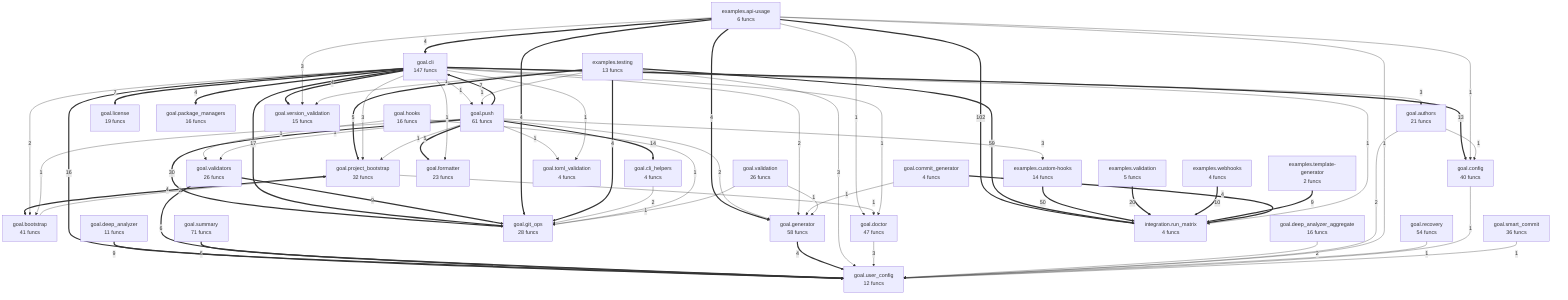
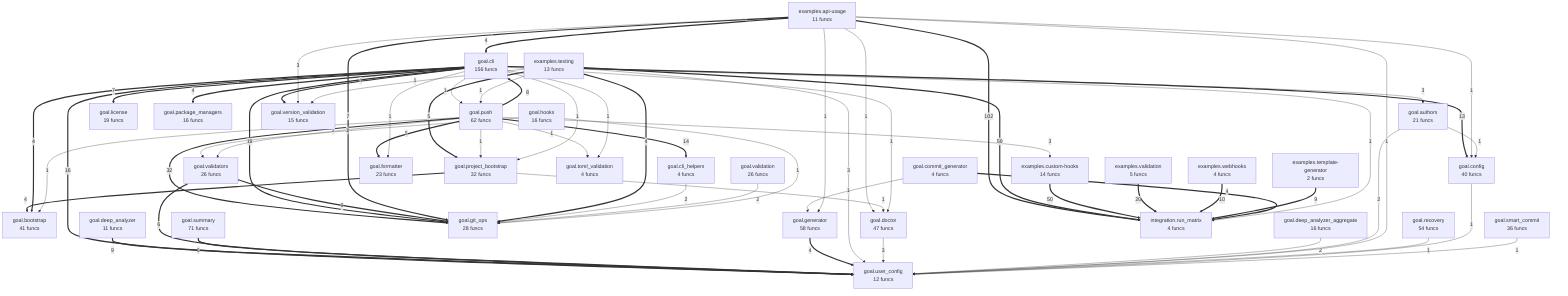
flowchart TD
- %% generated in 0.02s
-     examples__api_usage["examples.api-usage<br/>6 funcs"]
+ %% generated in 0.04s
+     examples__api_usage["examples.api-usage<br/>11 funcs"]
    examples__custom_hooks["examples.custom-hooks<br/>14 funcs"]
    examples__template_generator["examples.template-generator<br/>2 funcs"]
    examples__testing["examples.testing<br/>13 funcs"]
    examples__validation["examples.validation<br/>5 funcs"]
    examples__webhooks["examples.webhooks<br/>4 funcs"]
    goal__authors["goal.authors<br/>21 funcs"]
    goal__bootstrap["goal.bootstrap<br/>41 funcs"]
-     goal__cli["goal.cli<br/>147 funcs"]
+     goal__cli["goal.cli<br/>156 funcs"]
    goal__cli_helpers["goal.cli_helpers<br/>4 funcs"]
    goal__commit_generator["goal.commit_generator<br/>4 funcs"]
    goal__config["goal.config<br/>40 funcs"]
    goal__deep_analyzer["goal.deep_analyzer<br/>11 funcs"]
    goal__deep_analyzer_aggregate["goal.deep_analyzer_aggregate<br/>16 funcs"]
    goal__doctor["goal.doctor<br/>47 funcs"]
    goal__formatter["goal.formatter<br/>23 funcs"]
    goal__generator["goal.generator<br/>58 funcs"]
    goal__git_ops["goal.git_ops<br/>28 funcs"]
    goal__hooks["goal.hooks<br/>16 funcs"]
    goal__license["goal.license<br/>19 funcs"]
    goal__package_managers["goal.package_managers<br/>16 funcs"]
    goal__project_bootstrap["goal.project_bootstrap<br/>32 funcs"]
-     goal__push["goal.push<br/>61 funcs"]
+     goal__push["goal.push<br/>62 funcs"]
    goal__recovery["goal.recovery<br/>54 funcs"]
    goal__smart_commit["goal.smart_commit<br/>36 funcs"]
    goal__summary["goal.summary<br/>71 funcs"]
    goal__toml_validation["goal.toml_validation<br/>4 funcs"]
    goal__user_config["goal.user_config<br/>12 funcs"]
    goal__validation["goal.validation<br/>26 funcs"]
    goal__validators["goal.validators<br/>26 funcs"]
    goal__version_validation["goal.version_validation<br/>15 funcs"]
    integration__run_matrix["integration.run_matrix<br/>4 funcs"]
    examples__api_usage ==>|102| integration__run_matrix
    examples__testing ==>|59| integration__run_matrix
    examples__custom_hooks ==>|50| integration__run_matrix
-     goal__push ==>|30| goal__git_ops
+     goal__push ==>|32| goal__git_ops
    examples__validation ==>|20| integration__run_matrix
-     goal__cli ==>|17| goal__git_ops
+     goal__cli ==>|19| goal__git_ops
    goal__cli ==>|16| goal__user_config
    goal__push ==>|14| goal__cli_helpers
    goal__cli ==>|13| goal__config
    examples__webhooks ==>|10| integration__run_matrix
    examples__template_generator ==>|9| integration__run_matrix
    goal__deep_analyzer ==>|9| goal__user_config
    goal__validators ==>|9| goal__git_ops
-     goal__push ==>|7| goal__cli
+     goal__push ==>|8| goal__cli
+     examples__api_usage ==>|7| goal__git_ops
    goal__cli ==>|7| goal__license
    goal__validators ==>|6| goal__user_config
    goal__summary ==>|6| goal__user_config
    examples__testing ==>|5| goal__project_bootstrap
    goal__push ==>|5| goal__formatter
    examples__api_usage ==>|4| goal__cli
    goal__commit_generator ==>|4| integration__run_matrix
-     examples__api_usage ==>|4| goal__git_ops
-     examples__api_usage ==>|4| goal__generator
    goal__generator ==>|4| goal__user_config
    goal__project_bootstrap ==>|4| goal__bootstrap
    goal__cli ==>|4| goal__version_validation
+     goal__cli ==>|4| goal__bootstrap
    goal__cli ==>|4| goal__package_managers
    examples__testing ==>|4| goal__git_ops
+     examples__api_usage -->|3| goal__version_validation
    examples__testing -->|3| goal__user_config
-     examples__api_usage -->|3| goal__version_validation
    goal__push -->|3| examples__custom_hooks
    goal__cli -->|3| goal__authors
-     goal__cli -->|3| goal__project_bootstrap
    goal__doctor -->|3| goal__user_config
+     goal__deep_analyzer_aggregate -->|2| goal__user_config
    goal__cli_helpers -->|2| goal__git_ops
-     goal__deep_analyzer_aggregate -->|2| goal__user_config
-     goal__bootstrap -->|2| goal__project_bootstrap
-     goal__push -->|2| goal__generator
-     goal__cli -->|2| goal__bootstrap
-     goal__cli -->|2| goal__generator
+     goal__validation -->|2| goal__git_ops
    goal__authors -->|2| goal__user_config
+     goal__cli -->|1| integration__run_matrix
+     goal__commit_generator -->|1| goal__generator
+     examples__api_usage -->|1| goal__generator
    examples__api_usage -->|1| goal__config
    examples__api_usage -->|1| goal__user_config
    examples__api_usage -->|1| goal__doctor
-     goal__cli -->|1| integration__run_matrix
-     goal__commit_generator -->|1| goal__generator
    goal__hooks -->|1| goal__git_ops
    goal__hooks -->|1| goal__validators
    goal__project_bootstrap -->|1| goal__doctor
    goal__recovery -->|1| goal__user_config
    goal__push -->|1| goal__toml_validation
    goal__push -->|1| goal__bootstrap
    goal__push -->|1| goal__project_bootstrap
    goal__push -->|1| goal__validators
    goal__cli -->|1| goal__doctor
    goal__cli -->|1| goal__formatter
+     goal__cli -->|1| goal__project_bootstrap
    goal__cli -->|1| goal__toml_validation
    goal__cli -->|1| goal__push
+     goal__config -->|1| goal__user_config
    examples__testing -->|1| goal__version_validation
    examples__testing -->|1| goal__push
-     goal__validation -->|1| goal__git_ops
-     goal__validation -->|1| goal__generator
-     goal__config -->|1| goal__user_config
    goal__smart_commit -->|1| goal__user_config
    goal__authors -->|1| goal__config
